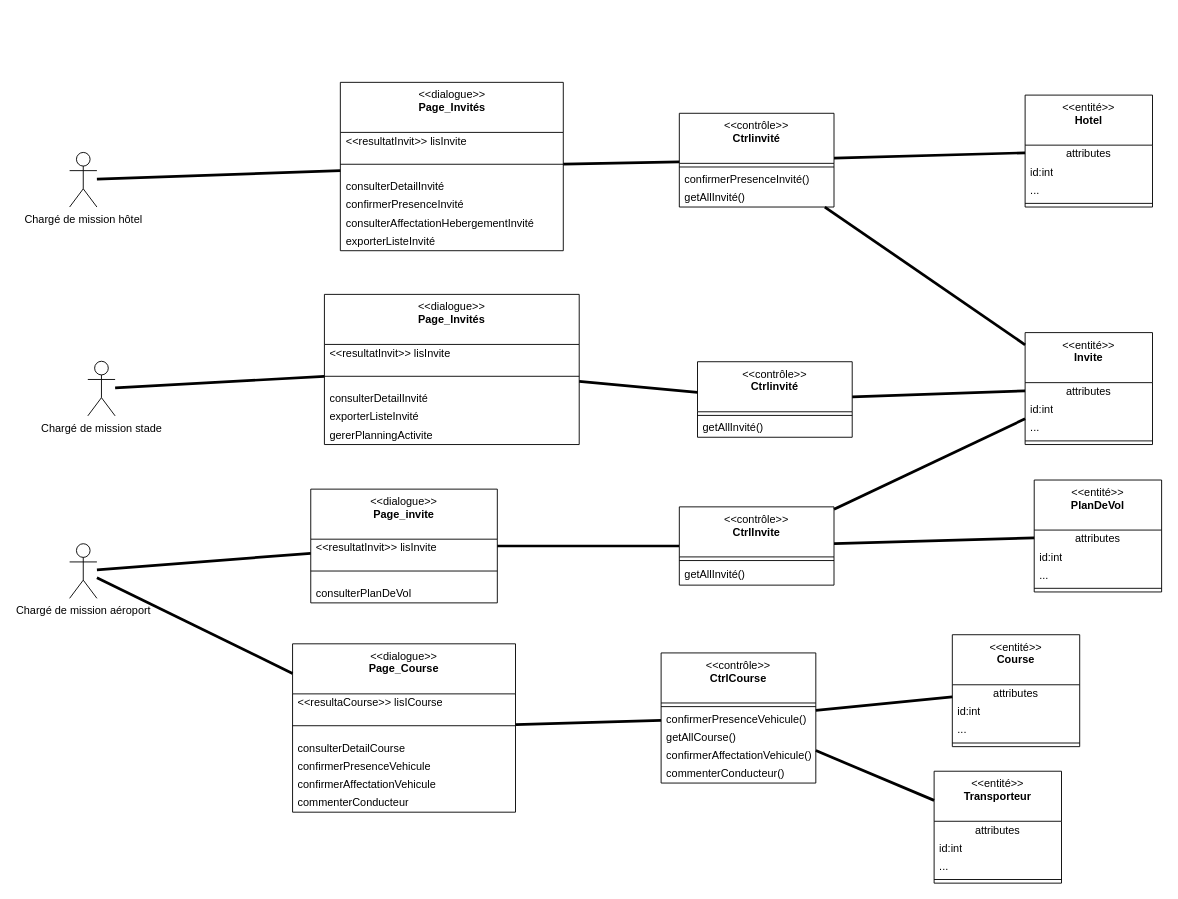
The draw.io diagram page "DCP-CHARGER-MISSION_ACCUEIL&PROTO" (8 of 13) of Diagramme COCAN.drawio in kbvac/Diagramme-UML, before the edit. Source tidied: cells renumbered, new cells numbered last; positions are measured from the earlier drawing's top-left corner, leaving out a move shared by most shapes. Both pictures are drawn from the tidied source at 91%, with x=0, y=0 at pixel (69, 82).
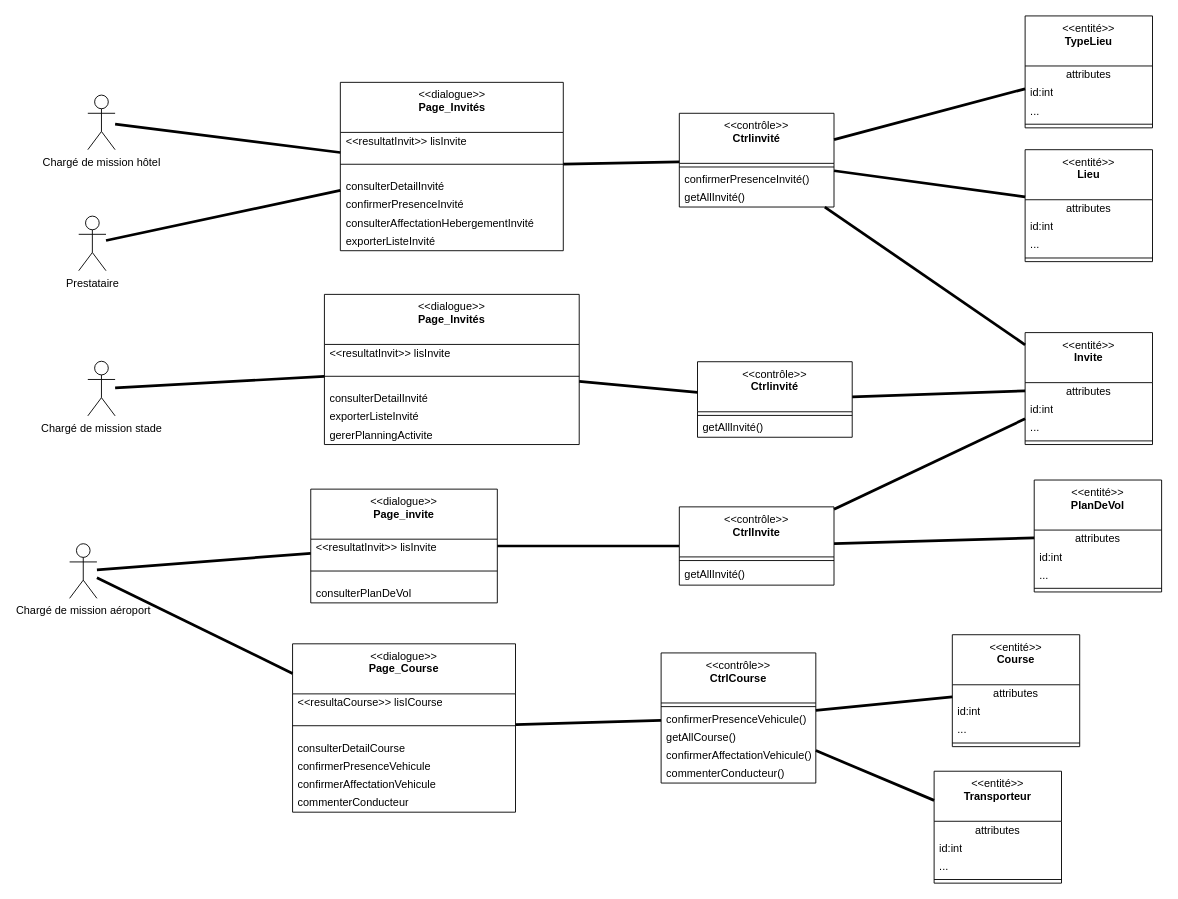
Above is the later version.

The change refers to these unchanged cells:
```xml
<mxCell id="22" value="&amp;lt;&amp;lt;dialogue&amp;gt;&amp;gt;&lt;br&gt;&lt;b&gt;Page_Invités&lt;/b&gt;" style="swimlane;fontStyle=0;align=center;verticalAlign=top;horizontal=1;startSize=55;html=1;whiteSpace=wrap;" parent="1" vertex="1">
  <mxGeometry x="297.5" width="245" height="185" as="geometry" />
</mxCell>
<mxCell id="29" value="&amp;lt;&amp;lt;contrôle&amp;gt;&amp;gt;&lt;br&gt;&lt;b&gt;Ctrlinvité&lt;/b&gt;" style="swimlane;fontStyle=0;align=center;verticalAlign=top;horizontal=1;startSize=55;html=1;whiteSpace=wrap;" parent="1" vertex="1">
  <mxGeometry x="670" y="34" width="170" height="103" as="geometry" />
</mxCell>
```

Diff of the diagram source:
```diff
@@
     <mxCell id="4" value="Chargé de mission hôtel" style="shape=umlActor;verticalLabelPosition=bottom;verticalAlign=top;html=1;" parent="1" vertex="1">
-      <mxGeometry y="77" width="30" height="60" as="geometry" />
+      <mxGeometry x="20" y="14" width="30" height="60" as="geometry" />
     </mxCell>
@@
-    <mxCell id="36" value="&amp;lt;&amp;lt;entité&amp;gt;&amp;gt;&lt;br&gt;&lt;b&gt;Hotel&lt;/b&gt;" style="swimlane;fontStyle=0;align=center;verticalAlign=top;horizontal=1;startSize=55;html=1;whiteSpace=wrap;" parent="1" vertex="1">
-      <mxGeometry x="1050" y="14" width="140" height="123" as="geometry" />
+    <mxCell id="36" value="&amp;lt;&amp;lt;entité&amp;gt;&amp;gt;&lt;br&gt;&lt;b style=&quot;border-color: var(--border-color);&quot;&gt;TypeLieu&lt;/b&gt;" style="swimlane;fontStyle=0;align=center;verticalAlign=top;horizontal=1;startSize=55;html=1;whiteSpace=wrap;" parent="1" vertex="1">
+      <mxGeometry x="1050" y="-73" width="140" height="123" as="geometry" />
     </mxCell>
@@
+    <mxCell id="85" value="Prestataire" style="shape=umlActor;verticalLabelPosition=bottom;verticalAlign=top;html=1;" parent="1" vertex="1">
+      <mxGeometry x="10" y="147" width="30" height="60" as="geometry" />
+    </mxCell>
+    <mxCell id="86" style="endArrow=none;startArrow=none;endFill=0;startFill=0;endSize=8;html=1;verticalAlign=bottom;labelBackgroundColor=none;strokeWidth=3;rounded=0;" parent="1" edge="1" source="85" target="22">
+      <mxGeometry relative="1" as="geometry" />
+    </mxCell>
+    <mxCell id="87" value="&amp;lt;&amp;lt;entité&amp;gt;&amp;gt;&lt;br&gt;&lt;b style=&quot;border-color: var(--border-color);&quot;&gt;Lieu&lt;/b&gt;" style="swimlane;fontStyle=0;align=center;verticalAlign=top;horizontal=1;startSize=55;html=1;whiteSpace=wrap;" parent="1" vertex="1">
+      <mxGeometry x="1050" y="74" width="140" height="123" as="geometry" />
+    </mxCell>
+    <mxCell id="88" value="attributes" style="text;html=1;align=center;verticalAlign=middle;spacingLeft=4;spacingRight=4;overflow=hidden;whiteSpace=wrap;" parent="87" vertex="1">
+      <mxGeometry y="55" width="140" height="20" as="geometry" />
+    </mxCell>
+    <mxCell id="89" value="id:int" style="text;html=1;align=left;verticalAlign=middle;spacingLeft=4;spacingRight=4;overflow=hidden;whiteSpace=wrap;" parent="87" vertex="1">
+      <mxGeometry y="75" width="140" height="20" as="geometry" />
+    </mxCell>
+    <mxCell id="90" value="..." style="text;html=1;align=left;verticalAlign=middle;spacingLeft=4;spacingRight=4;overflow=hidden;whiteSpace=wrap;" parent="87" vertex="1">
+      <mxGeometry y="95" width="140" height="20" as="geometry" />
+    </mxCell>
+    <mxCell id="91" style="line;strokeWidth=1;align=left;verticalAlign=middle;spacingTop=-1;spacingLeft=3;spacingRight=3;labelPosition=right;" parent="87" vertex="1">
+      <mxGeometry y="115" width="140" height="8" as="geometry" />
+    </mxCell>
+    <mxCell id="92" style="endArrow=none;startArrow=none;endFill=0;startFill=0;endSize=8;html=1;verticalAlign=bottom;labelBackgroundColor=none;strokeWidth=3;rounded=0;" parent="1" edge="1" source="29" target="87">
+      <mxGeometry relative="1" as="geometry" />
+    </mxCell>
```
